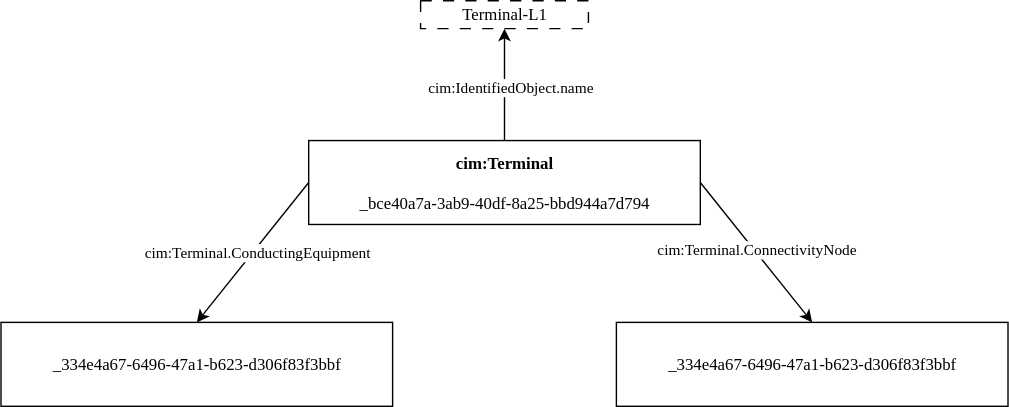
This is tutorial/figures/01_simple_graph.svg from statnett/sparql-cgmes-tutorial, a draw.io export, as it was before one commit. Source tidied: cells renumbered, new cells last; positions are measured from the earlier drawing's top-left corner, leaving out a move shared by most shapes.
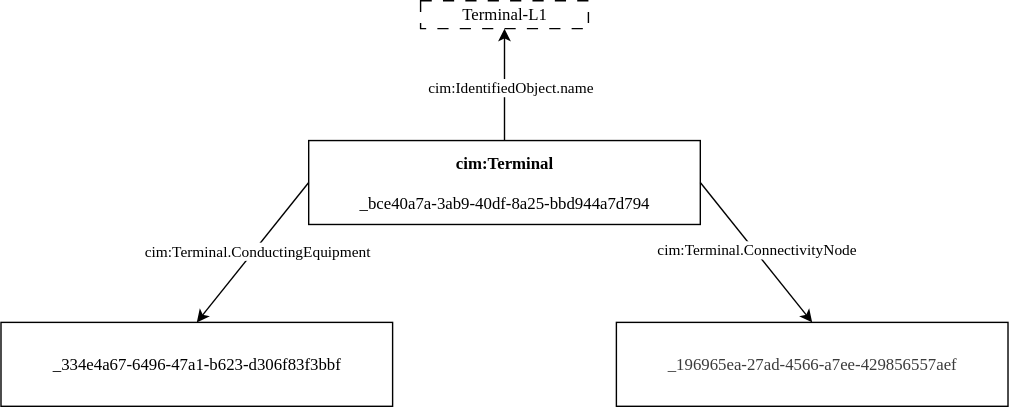
Later version of the same file.

The edit, as a diff of the source:
```diff
@@ -23,7 +23,7 @@
     <mxCell id="8" value="&lt;font face=&quot;Lucida Console&quot;&gt;Terminal-L1&lt;/font&gt;" style="rounded=0;whiteSpace=wrap;html=1;strokeColor=default;dashed=1;dashPattern=8 8;" parent="1" vertex="1">
       <mxGeometry x="300" width="120" height="20" as="geometry" />
     </mxCell>
-    <mxCell id="9" value="&lt;font face=&quot;Lucida Console&quot;&gt;_334e4a67-6496-47a1-b623-d306f83f3bbf&lt;/font&gt;" style="rounded=0;whiteSpace=wrap;html=1;" parent="1" vertex="1">
+    <mxCell id="9" value="&lt;div style=&quot;color: rgb(59, 59, 59); background-color: rgb(255, 255, 255); line-height: 19px; white-space: pre;&quot;&gt;&lt;font face=&quot;Lucida Console&quot;&gt;_196965ea-27ad-4566-a7ee-429856557aef&lt;/font&gt;&lt;/div&gt;" style="rounded=0;whiteSpace=wrap;html=1;" parent="1" vertex="1">
       <mxGeometry x="440" y="230" width="280" height="60" as="geometry" />
     </mxCell>
     <mxCell id="10" style="endArrow=classic;html=1;rounded=0;entryX=0.5;entryY=0;entryDx=0;entryDy=0;exitX=1;exitY=0.5;exitDx=0;exitDy=0;" parent="1" edge="1" source="2" target="9">
```
